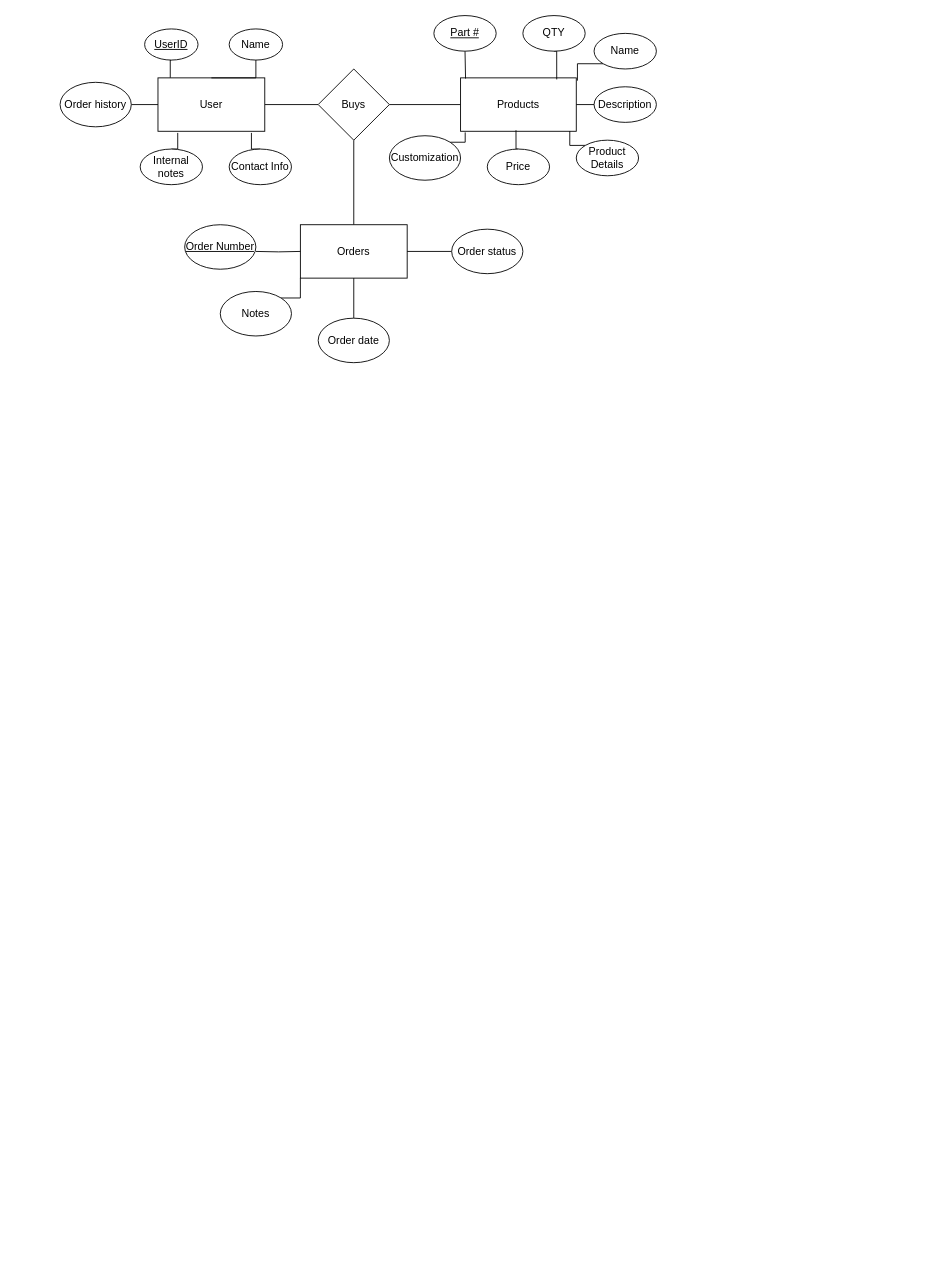
This is ecomm.drawio from 466group2/Group02Project, a draw.io file, before an edit. Source tidied: cells renumbered, new cells numbered last; positions are measured from the earlier drawing's top-left corner, leaving out a move shared by most shapes. Both pictures are drawn from the tidied source at 89%, with x=0, y=0 at pixel (60, 15).
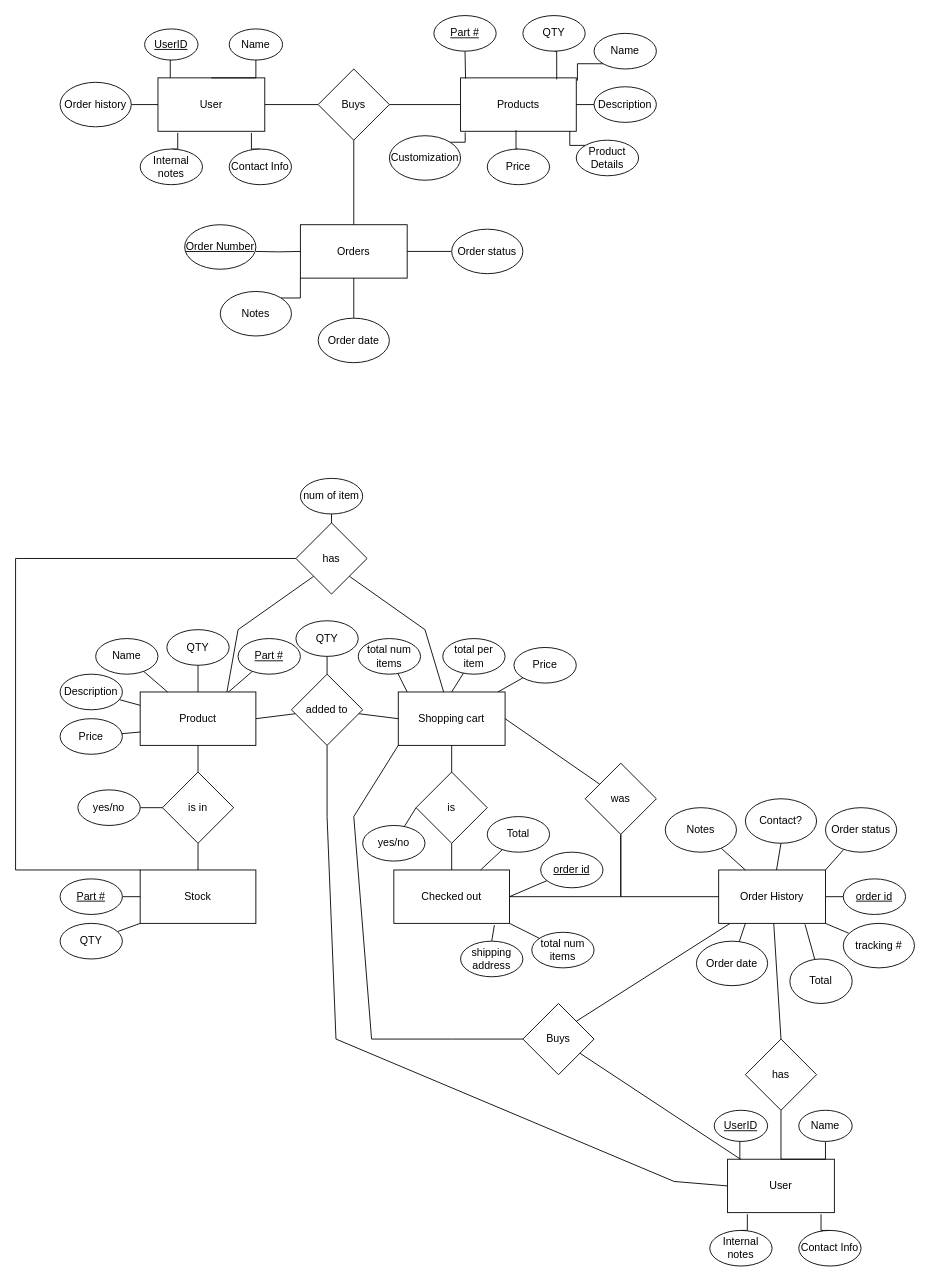
The same diagram, later.

The edit, as a diff of the source:
```diff
@@
+    <mxCell id="41" style="edgeStyle=none;rounded=0;jettySize=auto;html=1;entryX=0.5;entryY=0;entryDx=0;entryDy=0;endArrow=none;endFill=0;" parent="1" edge="1" source="42" target="55">
+      <mxGeometry relative="1" as="geometry" />
+    </mxCell>
+    <mxCell id="42" value="Product" style="rounded=0;whiteSpace=wrap;html=1;" parent="1" vertex="1">
+      <mxGeometry x="90" y="760" width="130" height="60" as="geometry" />
+    </mxCell>
+    <mxCell id="43" style="edgeStyle=none;rounded=0;jettySize=auto;html=1;endArrow=none;endFill=0;entryX=0.5;entryY=0;entryDx=0;entryDy=0;" parent="1" edge="1" source="44" target="42">
+      <mxGeometry relative="1" as="geometry" />
+    </mxCell>
+    <mxCell id="44" value="QTY" style="ellipse;whiteSpace=wrap;html=1;" parent="1" vertex="1">
+      <mxGeometry x="120" y="690" width="70" height="40" as="geometry" />
+    </mxCell>
+    <mxCell id="45" style="rounded=0;jettySize=auto;html=1;endArrow=none;endFill=0;" parent="1" edge="1" source="46" target="42">
+      <mxGeometry relative="1" as="geometry" />
+    </mxCell>
+    <mxCell id="46" value="&lt;u&gt;Part #&lt;/u&gt;" style="ellipse;whiteSpace=wrap;html=1;" parent="1" vertex="1">
+      <mxGeometry x="200" y="700" width="70" height="40" as="geometry" />
+    </mxCell>
+    <mxCell id="47" style="edgeStyle=none;rounded=0;jettySize=auto;html=1;endArrow=none;endFill=0;" parent="1" edge="1" source="48" target="42">
+      <mxGeometry relative="1" as="geometry" />
+    </mxCell>
+    <mxCell id="48" value="Name" style="ellipse;whiteSpace=wrap;html=1;" parent="1" vertex="1">
+      <mxGeometry x="40" y="700" width="70" height="40" as="geometry" />
+    </mxCell>
+    <mxCell id="49" style="edgeStyle=none;rounded=0;jettySize=auto;html=1;entryX=0;entryY=0.25;entryDx=0;entryDy=0;endArrow=none;endFill=0;" parent="1" edge="1" source="50" target="42">
+      <mxGeometry relative="1" as="geometry" />
+    </mxCell>
+    <mxCell id="50" value="Description&lt;br&gt;" style="ellipse;whiteSpace=wrap;html=1;" parent="1" vertex="1">
+      <mxGeometry y="740" width="70" height="40" as="geometry" />
+    </mxCell>
+    <mxCell id="51" style="edgeStyle=none;rounded=0;jettySize=auto;html=1;entryX=0;entryY=0.75;entryDx=0;entryDy=0;endArrow=none;endFill=0;" parent="1" edge="1" source="52" target="42">
+      <mxGeometry relative="1" as="geometry" />
+    </mxCell>
+    <mxCell id="52" value="Price" style="ellipse;whiteSpace=wrap;html=1;" parent="1" vertex="1">
+      <mxGeometry y="790" width="70" height="40" as="geometry" />
+    </mxCell>
+    <mxCell id="53" style="edgeStyle=none;rounded=0;jettySize=auto;html=1;entryX=0.5;entryY=1;entryDx=0;entryDy=0;endArrow=none;endFill=0;" parent="1" edge="1" source="54" target="55">
+      <mxGeometry relative="1" as="geometry" />
+    </mxCell>
+    <mxCell id="54" value="Stock" style="rounded=0;whiteSpace=wrap;html=1;" parent="1" vertex="1">
+      <mxGeometry x="90" y="960" width="130" height="60" as="geometry" />
+    </mxCell>
+    <mxCell id="55" value="is in" style="rhombus;whiteSpace=wrap;html=1;" parent="1" vertex="1">
+      <mxGeometry x="115" y="850" width="80" height="80" as="geometry" />
+    </mxCell>
+    <mxCell id="56" style="edgeStyle=none;rounded=0;jettySize=auto;html=1;entryX=0;entryY=0.5;entryDx=0;entryDy=0;endArrow=none;endFill=0;" parent="1" edge="1" source="57" target="55">
+      <mxGeometry relative="1" as="geometry" />
+    </mxCell>
+    <mxCell id="57" value="yes/no" style="ellipse;whiteSpace=wrap;html=1;" parent="1" vertex="1">
+      <mxGeometry x="20" y="870" width="70" height="40" as="geometry" />
+    </mxCell>
+    <mxCell id="58" style="edgeStyle=none;rounded=0;jettySize=auto;html=1;entryX=1;entryY=0.5;entryDx=0;entryDy=0;endArrow=none;endFill=0;" parent="1" edge="1" source="61" target="42">
+      <mxGeometry relative="1" as="geometry" />
+    </mxCell>
+    <mxCell id="59" style="edgeStyle=none;rounded=0;jettySize=auto;html=1;entryX=0;entryY=0.5;entryDx=0;entryDy=0;endArrow=none;endFill=0;" parent="1" edge="1" source="61" target="62">
+      <mxGeometry relative="1" as="geometry" />
+    </mxCell>
+    <mxCell id="60" style="edgeStyle=none;rounded=0;jettySize=auto;html=1;entryX=0;entryY=0.5;entryDx=0;entryDy=0;endArrow=none;endFill=0;" parent="1" edge="1" source="61" target="116">
+      <mxGeometry relative="1" as="geometry">
+        <Array as="points">
+          <mxPoint x="300" y="900" />
+          <mxPoint x="310" y="1150" />
+          <mxPoint x="690" y="1310" />
+        </Array>
+      </mxGeometry>
+    </mxCell>
+    <mxCell id="61" value="added to" style="rhombus;whiteSpace=wrap;html=1;" parent="1" vertex="1">
+      <mxGeometry x="260" y="740" width="80" height="80" as="geometry" />
+    </mxCell>
+    <mxCell id="62" value="Shopping cart" style="rounded=0;whiteSpace=wrap;html=1;" parent="1" vertex="1">
+      <mxGeometry x="380" y="760" width="120" height="60" as="geometry" />
+    </mxCell>
+    <mxCell id="63" style="edgeStyle=none;rounded=0;jettySize=auto;html=1;endArrow=none;endFill=0;" parent="1" edge="1" source="64" target="61">
+      <mxGeometry relative="1" as="geometry" />
+    </mxCell>
+    <mxCell id="64" value="QTY" style="ellipse;whiteSpace=wrap;html=1;" parent="1" vertex="1">
+      <mxGeometry x="265" y="680" width="70" height="40" as="geometry" />
+    </mxCell>
+    <mxCell id="65" style="edgeStyle=none;rounded=0;jettySize=auto;html=1;endArrow=none;endFill=0;" parent="1" edge="1" source="66" target="62">
+      <mxGeometry relative="1" as="geometry">
+        <Array as="points">
+          <mxPoint x="390" y="760" />
+        </Array>
+      </mxGeometry>
+    </mxCell>
+    <mxCell id="66" value="total num items" style="ellipse;whiteSpace=wrap;html=1;" parent="1" vertex="1">
+      <mxGeometry x="335" y="700" width="70" height="40" as="geometry" />
+    </mxCell>
+    <mxCell id="67" style="edgeStyle=none;rounded=0;jettySize=auto;html=1;entryX=0.5;entryY=0;entryDx=0;entryDy=0;endArrow=none;endFill=0;" parent="1" edge="1" source="68" target="62">
+      <mxGeometry relative="1" as="geometry" />
+    </mxCell>
+    <mxCell id="68" value="total per item" style="ellipse;whiteSpace=wrap;html=1;" parent="1" vertex="1">
+      <mxGeometry x="430" y="700" width="70" height="40" as="geometry" />
+    </mxCell>
+    <mxCell id="69" style="edgeStyle=none;rounded=0;jettySize=auto;html=1;endArrow=none;endFill=0;exitX=1;exitY=1;exitDx=0;exitDy=0;" parent="1" edge="1" source="72" target="62">
+      <mxGeometry relative="1" as="geometry">
+        <Array as="points">
+          <mxPoint x="410" y="690" />
+        </Array>
+      </mxGeometry>
+    </mxCell>
+    <mxCell id="70" style="edgeStyle=none;rounded=0;jettySize=auto;html=1;exitX=0;exitY=1;exitDx=0;exitDy=0;entryX=0.75;entryY=0;entryDx=0;entryDy=0;endArrow=none;endFill=0;" parent="1" edge="1" source="72" target="42">
+      <mxGeometry relative="1" as="geometry">
+        <Array as="points">
+          <mxPoint x="200" y="690" />
+        </Array>
+      </mxGeometry>
+    </mxCell>
+    <mxCell id="71" style="edgeStyle=none;rounded=0;jettySize=auto;html=1;entryX=0;entryY=0;entryDx=0;entryDy=0;endArrow=none;endFill=0;" parent="1" edge="1" source="72" target="54">
+      <mxGeometry relative="1" as="geometry">
+        <Array as="points">
+          <mxPoint x="-50" y="610" />
+          <mxPoint x="-50" y="960" />
+        </Array>
+      </mxGeometry>
+    </mxCell>
+    <mxCell id="72" value="has" style="rhombus;whiteSpace=wrap;html=1;" parent="1" vertex="1">
+      <mxGeometry x="265" y="570" width="80" height="80" as="geometry" />
+    </mxCell>
+    <mxCell id="73" style="edgeStyle=none;rounded=0;jettySize=auto;html=1;entryX=0.5;entryY=0;entryDx=0;entryDy=0;endArrow=none;endFill=0;" parent="1" edge="1" source="74" target="72">
+      <mxGeometry relative="1" as="geometry" />
+    </mxCell>
+    <mxCell id="74" value="num of item" style="ellipse;whiteSpace=wrap;html=1;" parent="1" vertex="1">
+      <mxGeometry x="270" y="520" width="70" height="40" as="geometry" />
+    </mxCell>
+    <mxCell id="75" style="edgeStyle=none;rounded=0;jettySize=auto;html=1;entryX=0;entryY=0.5;entryDx=0;entryDy=0;endArrow=none;endFill=0;" parent="1" edge="1" source="76" target="54">
+      <mxGeometry relative="1" as="geometry" />
+    </mxCell>
+    <mxCell id="76" value="&lt;u&gt;Part #&lt;/u&gt;" style="ellipse;whiteSpace=wrap;html=1;" parent="1" vertex="1">
+      <mxGeometry y="970" width="70" height="40" as="geometry" />
+    </mxCell>
+    <mxCell id="77" style="edgeStyle=none;rounded=0;jettySize=auto;html=1;entryX=0;entryY=1;entryDx=0;entryDy=0;endArrow=none;endFill=0;" parent="1" edge="1" source="78" target="54">
+      <mxGeometry relative="1" as="geometry" />
+    </mxCell>
+    <mxCell id="78" value="QTY" style="ellipse;whiteSpace=wrap;html=1;" parent="1" vertex="1">
+      <mxGeometry y="1020" width="70" height="40" as="geometry" />
+    </mxCell>
+    <mxCell id="79" style="edgeStyle=none;rounded=0;jettySize=auto;html=1;entryX=0.933;entryY=0;entryDx=0;entryDy=0;entryPerimeter=0;endArrow=none;endFill=0;" parent="1" edge="1" source="80" target="62">
+      <mxGeometry relative="1" as="geometry" />
+    </mxCell>
+    <mxCell id="80" value="Price" style="ellipse;whiteSpace=wrap;html=1;" parent="1" vertex="1">
+      <mxGeometry x="510" y="710" width="70" height="40" as="geometry" />
+    </mxCell>
+    <mxCell id="81" style="edgeStyle=none;rounded=0;jettySize=auto;html=1;entryX=0.5;entryY=0;entryDx=0;entryDy=0;endArrow=none;endFill=0;exitX=0.869;exitY=1.033;exitDx=0;exitDy=0;exitPerimeter=0;" parent="1" edge="1" source="82" target="94">
+      <mxGeometry relative="1" as="geometry" />
+    </mxCell>
+    <mxCell id="82" value="Checked out" style="rounded=0;whiteSpace=wrap;html=1;" parent="1" vertex="1">
+      <mxGeometry x="375" y="960" width="130" height="60" as="geometry" />
+    </mxCell>
+    <mxCell id="83" style="edgeStyle=none;rounded=0;jettySize=auto;html=1;entryX=0.5;entryY=1;entryDx=0;entryDy=0;endArrow=none;endFill=0;" parent="1" edge="1" source="85" target="62">
+      <mxGeometry relative="1" as="geometry" />
+    </mxCell>
+    <mxCell id="84" style="edgeStyle=none;rounded=0;jettySize=auto;html=1;endArrow=none;endFill=0;" parent="1" edge="1" source="85" target="82">
+      <mxGeometry relative="1" as="geometry" />
+    </mxCell>
+    <mxCell id="85" value="is" style="rhombus;whiteSpace=wrap;html=1;" parent="1" vertex="1">
+      <mxGeometry x="400" y="850" width="80" height="80" as="geometry" />
+    </mxCell>
+    <mxCell id="86" style="edgeStyle=none;rounded=0;jettySize=auto;html=1;entryX=0.75;entryY=0;entryDx=0;entryDy=0;endArrow=none;endFill=0;" parent="1" edge="1" source="87" target="82">
+      <mxGeometry relative="1" as="geometry" />
+    </mxCell>
+    <mxCell id="87" value="Total" style="ellipse;whiteSpace=wrap;html=1;" parent="1" vertex="1">
+      <mxGeometry x="480" y="900" width="70" height="40" as="geometry" />
+    </mxCell>
+    <mxCell id="88" style="edgeStyle=none;rounded=0;jettySize=auto;html=1;entryX=1;entryY=0.5;entryDx=0;entryDy=0;endArrow=none;endFill=0;" parent="1" edge="1" source="89" target="82">
+      <mxGeometry relative="1" as="geometry" />
+    </mxCell>
+    <mxCell id="89" value="&lt;u&gt;order id&lt;/u&gt;" style="ellipse;whiteSpace=wrap;html=1;" parent="1" vertex="1">
+      <mxGeometry x="540" y="940" width="70" height="40" as="geometry" />
+    </mxCell>
+    <mxCell id="90" style="edgeStyle=none;rounded=0;jettySize=auto;html=1;entryX=1;entryY=1;entryDx=0;entryDy=0;endArrow=none;endFill=0;" parent="1" edge="1" source="91" target="82">
+      <mxGeometry relative="1" as="geometry" />
+    </mxCell>
+    <mxCell id="91" value="total num items" style="ellipse;whiteSpace=wrap;html=1;" parent="1" vertex="1">
+      <mxGeometry x="530" y="1030" width="70" height="40" as="geometry" />
+    </mxCell>
+    <mxCell id="92" style="edgeStyle=none;rounded=0;jettySize=auto;html=1;entryX=0;entryY=0.5;entryDx=0;entryDy=0;endArrow=none;endFill=0;" parent="1" edge="1" source="93" target="85">
+      <mxGeometry relative="1" as="geometry" />
+    </mxCell>
+    <mxCell id="93" value="yes/no" style="ellipse;whiteSpace=wrap;html=1;" parent="1" vertex="1">
+      <mxGeometry x="340" y="910" width="70" height="40" as="geometry" />
+    </mxCell>
+    <mxCell id="94" value="shipping address" style="ellipse;whiteSpace=wrap;html=1;" parent="1" vertex="1">
+      <mxGeometry x="450" y="1040" width="70" height="40" as="geometry" />
+    </mxCell>
+    <mxCell id="95" style="edgeStyle=none;rounded=0;jettySize=auto;html=1;entryX=0.5;entryY=0;entryDx=0;entryDy=0;endArrow=none;endFill=0;" parent="1" edge="1" source="98" target="125">
+      <mxGeometry relative="1" as="geometry" />
+    </mxCell>
+    <mxCell id="96" style="edgeStyle=none;rounded=0;jettySize=auto;html=1;entryX=1;entryY=0;entryDx=0;entryDy=0;endArrow=none;endFill=0;" parent="1" edge="1" source="98" target="128">
+      <mxGeometry relative="1" as="geometry" />
+    </mxCell>
+    <mxCell id="97" style="edgeStyle=none;rounded=0;jettySize=auto;html=1;entryX=0.5;entryY=1;entryDx=0;entryDy=0;endArrow=none;endFill=0;" parent="1" edge="1" source="98" target="129">
+      <mxGeometry relative="1" as="geometry" />
+    </mxCell>
+    <mxCell id="98" value="Order History" style="rounded=0;whiteSpace=wrap;html=1;" parent="1" vertex="1">
+      <mxGeometry x="740" y="960" width="120" height="60" as="geometry" />
+    </mxCell>
+    <mxCell id="99" style="edgeStyle=none;rounded=0;jettySize=auto;html=1;entryX=1;entryY=0.5;entryDx=0;entryDy=0;endArrow=none;endFill=0;" parent="1" edge="1" source="100" target="98">
+      <mxGeometry relative="1" as="geometry" />
+    </mxCell>
+    <mxCell id="100" value="&lt;u&gt;order id&lt;/u&gt;" style="ellipse;whiteSpace=wrap;html=1;" parent="1" vertex="1">
+      <mxGeometry x="880" y="970" width="70" height="40" as="geometry" />
+    </mxCell>
+    <mxCell id="101" style="edgeStyle=none;rounded=0;jettySize=auto;html=1;entryX=1;entryY=0;entryDx=0;entryDy=0;endArrow=none;endFill=0;" parent="1" edge="1" source="102" target="98">
+      <mxGeometry relative="1" as="geometry" />
+    </mxCell>
+    <mxCell id="102" value="Order status&lt;br&gt;" style="ellipse;whiteSpace=wrap;html=1;" parent="1" vertex="1">
+      <mxGeometry x="860" y="890" width="80" height="50" as="geometry" />
+    </mxCell>
+    <mxCell id="103" style="edgeStyle=none;rounded=0;jettySize=auto;html=1;entryX=0.25;entryY=1;entryDx=0;entryDy=0;endArrow=none;endFill=0;" parent="1" edge="1" source="104" target="98">
+      <mxGeometry relative="1" as="geometry" />
+    </mxCell>
+    <mxCell id="104" value="Order date&lt;br&gt;" style="ellipse;whiteSpace=wrap;html=1;" parent="1" vertex="1">
+      <mxGeometry x="715" y="1040" width="80" height="50" as="geometry" />
+    </mxCell>
+    <mxCell id="105" style="edgeStyle=none;rounded=0;jettySize=auto;html=1;entryX=0.25;entryY=0;entryDx=0;entryDy=0;endArrow=none;endFill=0;" parent="1" edge="1" source="106" target="98">
+      <mxGeometry relative="1" as="geometry" />
+    </mxCell>
+    <mxCell id="106" value="Notes" style="ellipse;whiteSpace=wrap;html=1;" parent="1" vertex="1">
+      <mxGeometry x="680" y="890" width="80" height="50" as="geometry" />
+    </mxCell>
+    <mxCell id="107" style="edgeStyle=none;rounded=0;jettySize=auto;html=1;entryX=1;entryY=1;entryDx=0;entryDy=0;endArrow=none;endFill=0;exitX=0.075;exitY=0.22;exitDx=0;exitDy=0;exitPerimeter=0;" parent="1" edge="1" source="108" target="98">
+      <mxGeometry relative="1" as="geometry" />
+    </mxCell>
+    <mxCell id="108" value="tracking #" style="ellipse;whiteSpace=wrap;html=1;" parent="1" vertex="1">
+      <mxGeometry x="880" y="1020" width="80" height="50" as="geometry" />
+    </mxCell>
+    <mxCell id="109" style="edgeStyle=none;rounded=0;jettySize=auto;html=1;entryX=0.808;entryY=1.017;entryDx=0;entryDy=0;entryPerimeter=0;endArrow=none;endFill=0;" parent="1" edge="1" source="110" target="98">
+      <mxGeometry relative="1" as="geometry" />
+    </mxCell>
+    <mxCell id="110" value="Total" style="ellipse;whiteSpace=wrap;html=1;" parent="1" vertex="1">
+      <mxGeometry x="820" y="1060" width="70" height="50" as="geometry" />
+    </mxCell>
+    <mxCell id="111" style="edgeStyle=none;rounded=0;jettySize=auto;html=1;entryX=1;entryY=0.5;entryDx=0;entryDy=0;endArrow=none;endFill=0;" parent="1" edge="1" source="114" target="82">
+      <mxGeometry relative="1" as="geometry">
+        <Array as="points">
+          <mxPoint x="630" y="990" />
+        </Array>
+      </mxGeometry>
+    </mxCell>
+    <mxCell id="112" style="edgeStyle=none;rounded=0;jettySize=auto;html=1;entryX=0;entryY=0.5;entryDx=0;entryDy=0;endArrow=none;endFill=0;" parent="1" edge="1" source="114" target="98">
+      <mxGeometry relative="1" as="geometry">
+        <Array as="points">
+          <mxPoint x="630" y="990" />
+        </Array>
+      </mxGeometry>
+    </mxCell>
+    <mxCell id="113" style="edgeStyle=none;rounded=0;jettySize=auto;html=1;entryX=1;entryY=0.5;entryDx=0;entryDy=0;endArrow=none;endFill=0;" parent="1" edge="1" source="114" target="62">
+      <mxGeometry relative="1" as="geometry" />
+    </mxCell>
+    <mxCell id="114" value="was" style="rhombus;whiteSpace=wrap;html=1;" parent="1" vertex="1">
+      <mxGeometry x="590" y="840" width="80" height="80" as="geometry" />
+    </mxCell>
+    <mxCell id="115" style="edgeStyle=none;rounded=0;jettySize=auto;html=1;endArrow=none;endFill=0;" parent="1" edge="1" source="116" target="125">
+      <mxGeometry relative="1" as="geometry" />
+    </mxCell>
+    <mxCell id="116" value="User" style="rounded=0;whiteSpace=wrap;html=1;" parent="1" vertex="1">
+      <mxGeometry x="750" y="1285" width="120" height="60" as="geometry" />
+    </mxCell>
+    <mxCell id="117" style="edgeStyle=orthogonalEdgeStyle;rounded=0;jettySize=auto;html=1;exitX=0.5;exitY=1;exitDx=0;exitDy=0;entryX=0.115;entryY=-0.003;entryDx=0;entryDy=0;entryPerimeter=0;endArrow=none;endFill=0;" parent="1" edge="1" source="118" target="116">
+      <mxGeometry relative="1" as="geometry" />
+    </mxCell>
+    <mxCell id="118" value="&lt;u&gt;UserID&lt;/u&gt;" style="ellipse;whiteSpace=wrap;html=1;" parent="1" vertex="1">
+      <mxGeometry x="735" y="1230" width="60" height="35" as="geometry" />
+    </mxCell>
+    <mxCell id="119" style="edgeStyle=orthogonalEdgeStyle;rounded=0;jettySize=auto;html=1;exitX=0.5;exitY=1;exitDx=0;exitDy=0;endArrow=none;endFill=0;" parent="1" edge="1" source="120" target="116">
+      <mxGeometry relative="1" as="geometry" />
+    </mxCell>
+    <mxCell id="120" value="Name" style="ellipse;whiteSpace=wrap;html=1;" parent="1" vertex="1">
+      <mxGeometry x="830" y="1230" width="60" height="35" as="geometry" />
+    </mxCell>
+    <mxCell id="121" style="edgeStyle=orthogonalEdgeStyle;rounded=0;jettySize=auto;html=1;exitX=0.5;exitY=0;exitDx=0;exitDy=0;entryX=0.875;entryY=1.03;entryDx=0;entryDy=0;entryPerimeter=0;endArrow=none;endFill=0;" parent="1" edge="1" source="122" target="116">
+      <mxGeometry relative="1" as="geometry" />
+    </mxCell>
+    <mxCell id="122" value="Contact Info" style="ellipse;whiteSpace=wrap;html=1;" parent="1" vertex="1">
+      <mxGeometry x="830" y="1365" width="70" height="40" as="geometry" />
+    </mxCell>
+    <mxCell id="123" style="edgeStyle=orthogonalEdgeStyle;rounded=0;jettySize=auto;html=1;exitX=0.5;exitY=0;exitDx=0;exitDy=0;entryX=0.185;entryY=1.03;entryDx=0;entryDy=0;entryPerimeter=0;endArrow=none;endFill=0;" parent="1" edge="1" source="124" target="116">
+      <mxGeometry relative="1" as="geometry" />
+    </mxCell>
+    <mxCell id="124" value="Internal notes&lt;br&gt;" style="ellipse;whiteSpace=wrap;html=1;" parent="1" vertex="1">
+      <mxGeometry x="730" y="1365" width="70" height="40" as="geometry" />
+    </mxCell>
+    <mxCell id="125" value="has" style="rhombus;whiteSpace=wrap;html=1;" parent="1" vertex="1">
+      <mxGeometry x="770" y="1150" width="80" height="80" as="geometry" />
+    </mxCell>
+    <mxCell id="126" style="edgeStyle=none;rounded=0;jettySize=auto;html=1;endArrow=none;endFill=0;" parent="1" edge="1" source="128" target="116">
+      <mxGeometry relative="1" as="geometry" />
+    </mxCell>
+    <mxCell id="127" style="edgeStyle=none;rounded=0;jettySize=auto;html=1;entryX=0;entryY=1;entryDx=0;entryDy=0;endArrow=none;endFill=0;" parent="1" edge="1" source="128" target="62">
+      <mxGeometry relative="1" as="geometry">
+        <Array as="points">
+          <mxPoint x="440" y="1150" />
+          <mxPoint x="350" y="1150" />
+          <mxPoint x="330" y="900" />
+        </Array>
+      </mxGeometry>
+    </mxCell>
+    <mxCell id="128" value="Buys" style="rhombus;whiteSpace=wrap;html=1;" parent="1" vertex="1">
+      <mxGeometry x="520" y="1110" width="80" height="80" as="geometry" />
+    </mxCell>
+    <mxCell id="129" value="Contact?" style="ellipse;whiteSpace=wrap;html=1;" parent="1" vertex="1">
+      <mxGeometry x="770" y="880" width="80" height="50" as="geometry" />
+    </mxCell>
```
